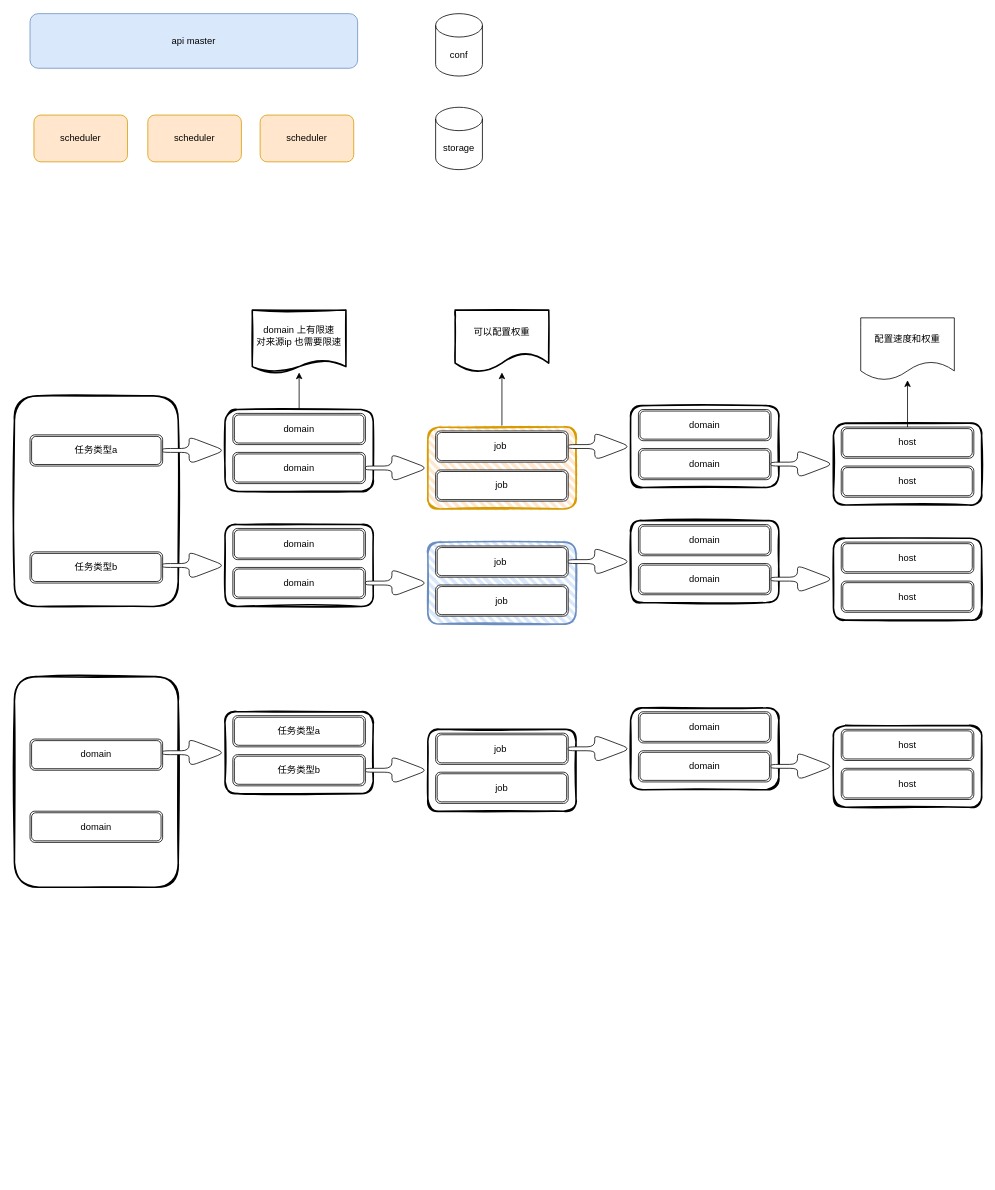
This is alubisi.drawio from mumodenan/draw.io, a draw.io file, before an edit. Source tidied: cells renumbered, new cells numbered last; positions are measured from the earlier drawing's top-left corner, leaving out a move shared by most shapes. Both pictures are drawn from the tidied source at 78%, with x=0, y=0 at pixel (14, 13).
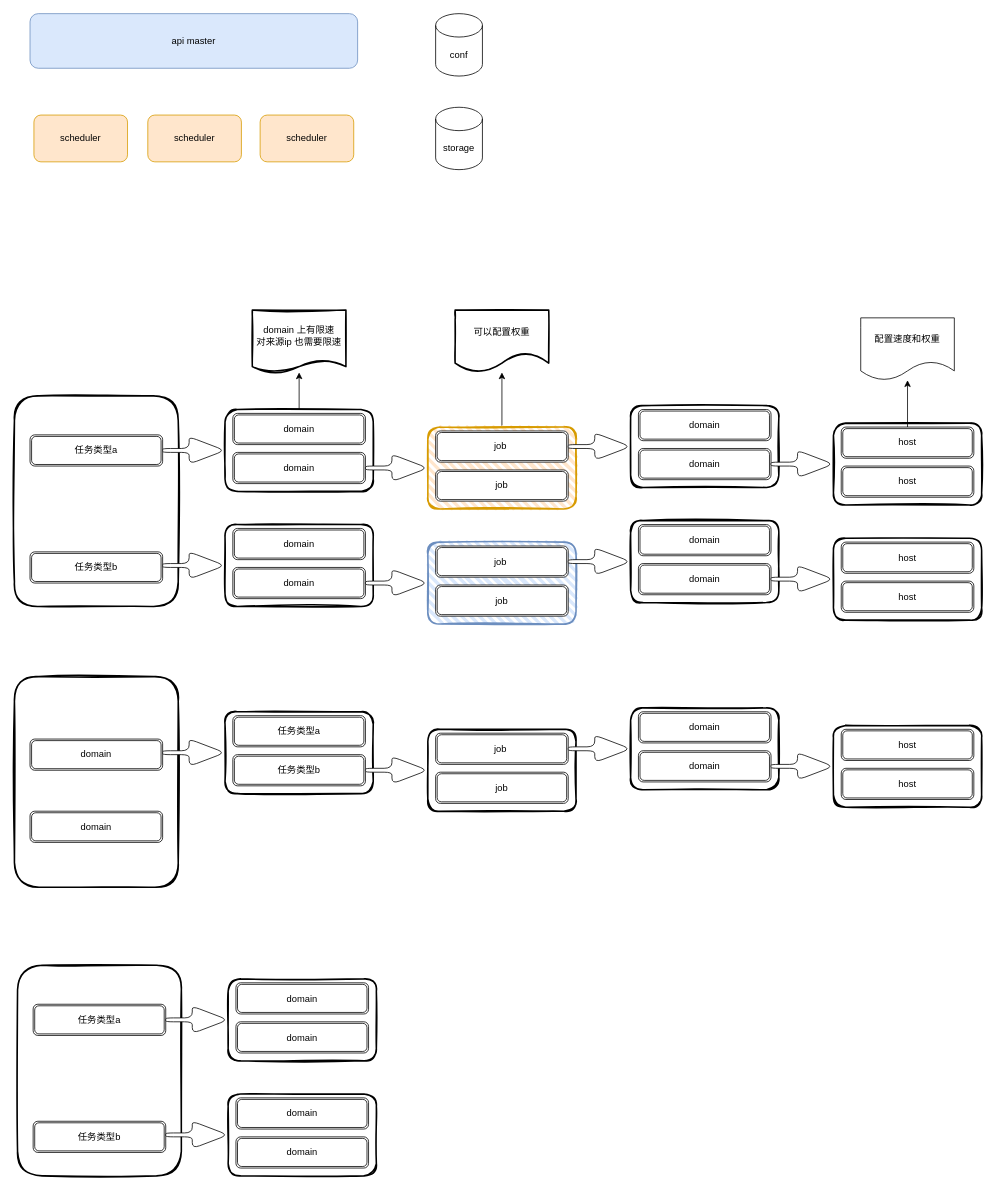
The same diagram, later.

What changed in the source:
```diff
@@
+    <mxCell id="68" style="rounded=1;whiteSpace=wrap;html=1;strokeWidth=2;fillWeight=4;hachureGap=8;hachureAngle=45;fillColor=none;sketch=1;" parent="1" vertex="1">
+      <mxGeometry x="4" y="1220" width="210" height="270" as="geometry" />
+    </mxCell>
+    <mxCell id="69" value="任务类型a" style="shape=ext;double=1;rounded=1;whiteSpace=wrap;html=1;" parent="1" vertex="1">
+      <mxGeometry x="24" y="1270" width="170" height="40" as="geometry" />
+    </mxCell>
+    <mxCell id="70" value="任务类型b" style="shape=ext;double=1;rounded=1;whiteSpace=wrap;html=1;" parent="1" vertex="1">
+      <mxGeometry x="24" y="1420" width="170" height="40" as="geometry" />
+    </mxCell>
+    <mxCell id="71" style="shape=singleArrow;whiteSpace=wrap;html=1;arrowWidth=0.14285714285714285;arrowSize=0.575;rounded=1;" parent="1" vertex="1">
+      <mxGeometry x="194" y="1272.5" width="80" height="35" as="geometry" />
+    </mxCell>
+    <mxCell id="72" style="rounded=1;whiteSpace=wrap;html=1;strokeWidth=2;fillWeight=4;hachureGap=8;hachureAngle=45;fillColor=none;sketch=1;" parent="1" vertex="1">
+      <mxGeometry x="274" y="1237.5" width="190" height="105" as="geometry" />
+    </mxCell>
+    <mxCell id="73" value="domain" style="shape=ext;double=1;rounded=1;whiteSpace=wrap;html=1;" parent="1" vertex="1">
+      <mxGeometry x="284" y="1242.5" width="170" height="40" as="geometry" />
+    </mxCell>
+    <mxCell id="74" value="domain" style="shape=ext;double=1;rounded=1;whiteSpace=wrap;html=1;" parent="1" vertex="1">
+      <mxGeometry x="284" y="1292.5" width="170" height="40" as="geometry" />
+    </mxCell>
+    <mxCell id="75" style="shape=singleArrow;whiteSpace=wrap;html=1;arrowWidth=0.14285714285714285;arrowSize=0.575;rounded=1;" parent="1" vertex="1">
+      <mxGeometry x="194" y="1420" width="80" height="35" as="geometry" />
+    </mxCell>
+    <mxCell id="76" style="rounded=1;whiteSpace=wrap;html=1;strokeWidth=2;fillWeight=4;hachureGap=8;hachureAngle=45;fillColor=none;sketch=1;" parent="1" vertex="1">
+      <mxGeometry x="274" y="1385" width="190" height="105" as="geometry" />
+    </mxCell>
+    <mxCell id="77" value="domain" style="shape=ext;double=1;rounded=1;whiteSpace=wrap;html=1;" parent="1" vertex="1">
+      <mxGeometry x="284" y="1390" width="170" height="40" as="geometry" />
+    </mxCell>
+    <mxCell id="78" value="domain" style="shape=ext;double=1;rounded=1;whiteSpace=wrap;html=1;" parent="1" vertex="1">
+      <mxGeometry x="284" y="1440" width="170" height="40" as="geometry" />
+    </mxCell>
```
